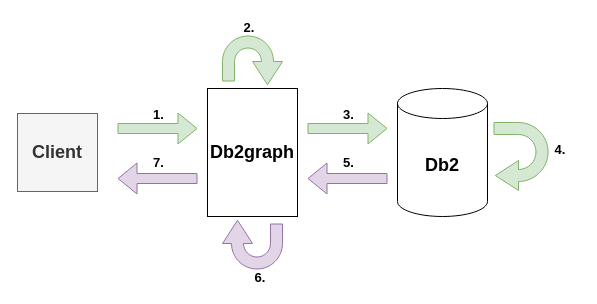
The draw.io diagram images/db2graph_processing.drawio in RobbyRed98/master-thesis, before the edit. Source tidied: cells renumbered, new cells numbered last; positions are measured from the earlier drawing's top-left corner, leaving out a move shared by most shapes. Both pictures are drawn from the tidied source at 100%, with x=0, y=0 at pixel (17, 17).
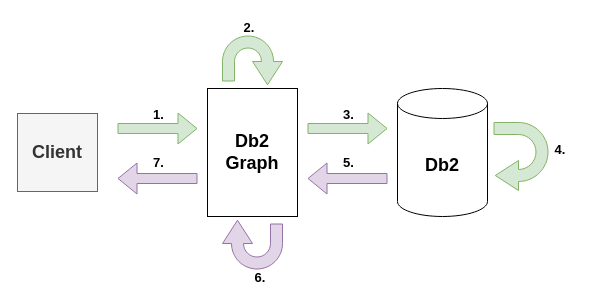
Above is the later version.

Commit message (it also covers changes not shown here):
made Db2graph -> Db2 Graph

What changed in the source:
```diff
@@
-    <mxCell id="3" value="&lt;b&gt;&lt;font style=&quot;font-size: 18px&quot;&gt;Db2graph&lt;/font&gt;&lt;/b&gt;" style="rounded=0;whiteSpace=wrap;html=1;" parent="1" vertex="1">
+    <mxCell id="3" value="&lt;b&gt;&lt;font style=&quot;font-size: 18px&quot;&gt;Db2 Graph&lt;/font&gt;&lt;/b&gt;" style="rounded=0;whiteSpace=wrap;html=1;" parent="1" vertex="1">
       <mxGeometry x="190" y="71" width="90" height="128" as="geometry" />
     </mxCell>
```
